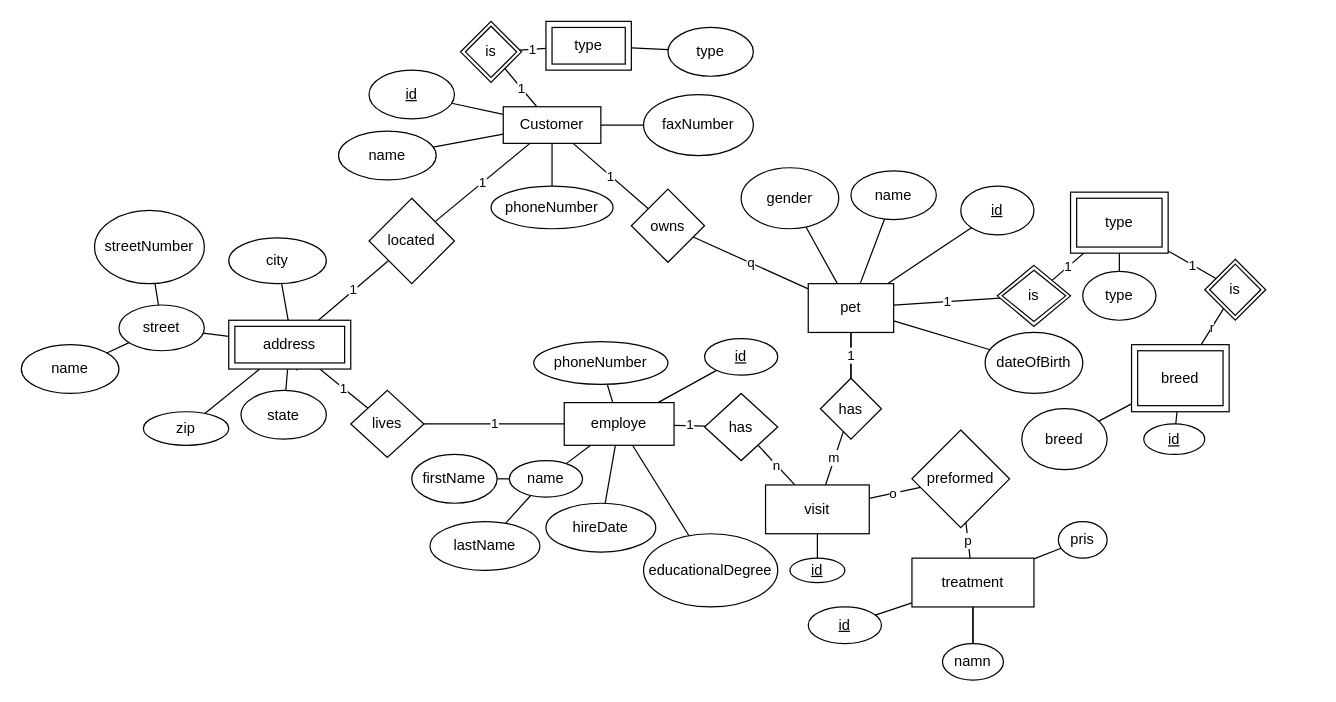
Above: webbutveckling/Databaser/Moment2/Untitled Diagram.drawio in EliasEriksson/miun (draw.io), before the change. Source tidied: cells renumbered, new cells numbered last; positions are measured from the earlier drawing's top-left corner, leaving out a move shared by most shapes. Both pictures are drawn from the tidied source at 122%, with x=0, y=0 at pixel (21, 21).
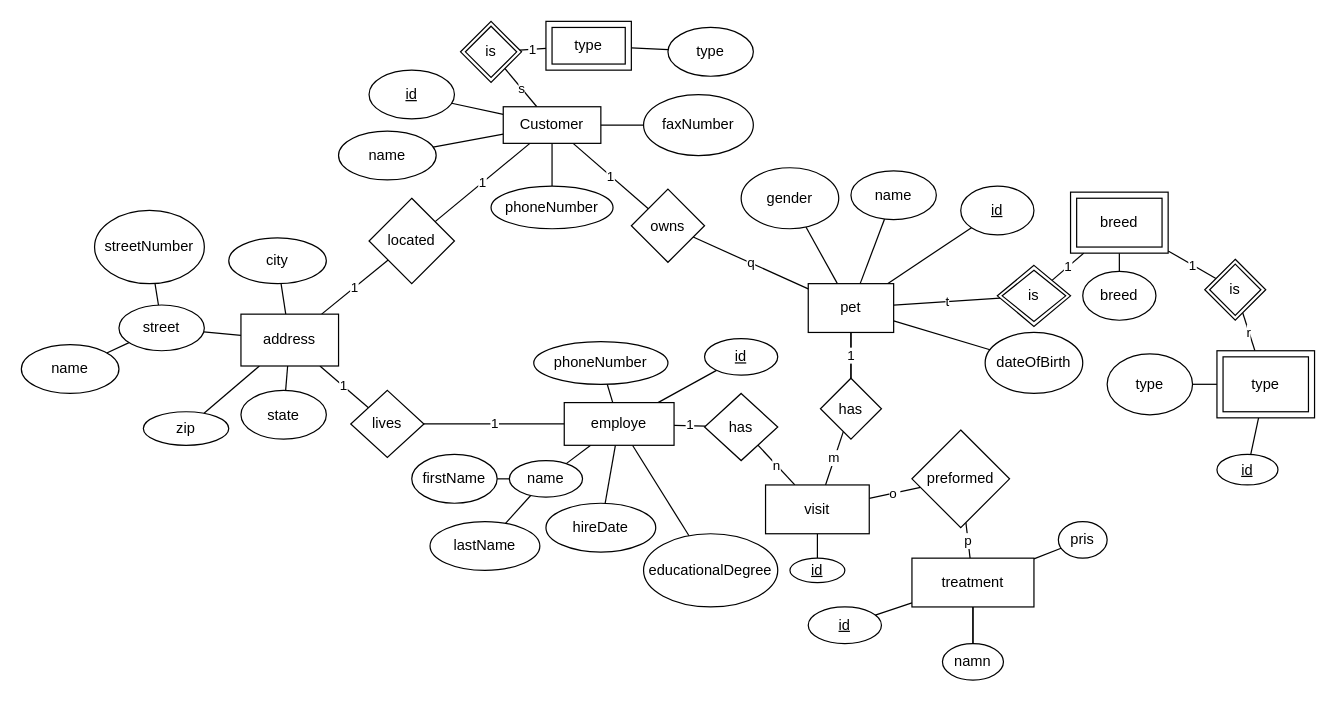
Above is the later version.

The change refers to these unchanged cells:
```xml
<mxCell id="7" value="Customer" style="rounded=0;whiteSpace=wrap;html=1;" parent="1" vertex="1">
  <mxGeometry x="395" y="70" width="80" height="30" as="geometry" />
</mxCell>
<mxCell id="14" value="pet" style="rounded=0;whiteSpace=wrap;html=1;" parent="1" vertex="1">
  <mxGeometry x="645" y="215" width="70" height="40" as="geometry" />
</mxCell>
<mxCell id="27" value="is" style="shape=rhombus;double=1;perimeter=rhombusPerimeter;whiteSpace=wrap;html=1;align=center;" parent="1" vertex="1">
  <mxGeometry x="800" y="200" width="60" height="50" as="geometry" />
</mxCell>
<mxCell id="31" value="is" style="shape=rhombus;double=1;perimeter=rhombusPerimeter;whiteSpace=wrap;html=1;align=center;" parent="1" vertex="1">
  <mxGeometry x="360" width="50" height="50" as="geometry" />
</mxCell>
<mxCell id="59" value="city" style="ellipse;whiteSpace=wrap;html=1;rounded=0;" parent="1" vertex="1">
  <mxGeometry x="170" y="177.5" width="80" height="37.5" as="geometry" />
</mxCell>
```

Change to the diagram source:
```diff
@@
-    <mxCell id="4" value="1" style="edgeStyle=none;jettySize=auto;html=1;endArrow=none;" parent="1" edge="1" source="7" target="31">
+    <mxCell id="4" value="s" style="edgeStyle=none;jettySize=auto;html=1;endArrow=none;" parent="1" edge="1" source="7" target="31">
       <mxGeometry relative="1" as="geometry" />
     </mxCell>
@@
-    <mxCell id="10" value="1" style="edgeStyle=none;jettySize=auto;html=1;endArrow=none;" parent="1" edge="1" source="14" target="27">
+    <mxCell id="10" value="t" style="edgeStyle=none;jettySize=auto;html=1;endArrow=none;" parent="1" edge="1" source="14" target="27">
       <mxGeometry relative="1" as="geometry" />
     </mxCell>
@@
-    <mxCell id="21" value="type" style="shape=ext;margin=3;double=1;whiteSpace=wrap;html=1;align=center;" parent="1" vertex="1">
+    <mxCell id="21" value="breed" style="shape=ext;margin=3;double=1;whiteSpace=wrap;html=1;align=center;" parent="1" vertex="1">
       <mxGeometry x="860" y="140" width="80" height="50" as="geometry" />
     </mxCell>
@@
-    <mxCell id="25" value="breed" style="shape=ext;margin=3;double=1;whiteSpace=wrap;html=1;align=center;" parent="1" vertex="1">
-      <mxGeometry x="910" y="265" width="80" height="55" as="geometry" />
+    <mxCell id="25" value="type" style="shape=ext;margin=3;double=1;whiteSpace=wrap;html=1;align=center;" parent="1" vertex="1">
+      <mxGeometry x="980" y="270" width="80" height="55" as="geometry" />
     </mxCell>
@@
-    <mxCell id="29" value="type" style="ellipse;whiteSpace=wrap;html=1;" parent="1" vertex="1">
+    <mxCell id="29" value="breed" style="ellipse;whiteSpace=wrap;html=1;" parent="1" vertex="1">
       <mxGeometry x="870" y="205" width="60" height="40" as="geometry" />
     </mxCell>
-    <mxCell id="30" value="breed" style="ellipse;whiteSpace=wrap;html=1;" parent="1" vertex="1">
-      <mxGeometry x="820" y="317.5" width="70" height="50" as="geometry" />
+    <mxCell id="30" value="type" style="ellipse;whiteSpace=wrap;html=1;" parent="1" vertex="1">
+      <mxGeometry x="890" y="272.5" width="70" height="50" as="geometry" />
     </mxCell>
@@
-    <mxCell id="39" style="edgeStyle=none;jettySize=auto;html=1;endArrow=none;exitX=0.56;exitY=1.025;exitDx=0;exitDy=0;exitPerimeter=0;" parent="1" edge="1" source="94" target="59">
+    <mxCell id="39" style="edgeStyle=none;jettySize=auto;html=1;endArrow=none;" parent="1" edge="1" source="94" target="59">
       <mxGeometry relative="1" as="geometry" />
     </mxCell>
@@
-    <mxCell id="94" value="address" style="shape=ext;margin=3;double=1;whiteSpace=wrap;html=1;align=center;" parent="1" vertex="1">
-      <mxGeometry x="170" y="245" width="100" height="40" as="geometry" />
-    </mxCell>
@@
     <mxCell id="96" value="&lt;u&gt;id&lt;/u&gt;" style="ellipse;whiteSpace=wrap;html=1;" parent="1" vertex="1">
-      <mxGeometry x="920" y="330" width="50" height="25" as="geometry" />
+      <mxGeometry x="980" y="355" width="50" height="25" as="geometry" />
     </mxCell>
@@
+    <mxCell id="94" value="address" style="rounded=0;whiteSpace=wrap;html=1;" parent="1" vertex="1">
+      <mxGeometry x="180" y="240" width="80" height="42.5" as="geometry" />
+    </mxCell>
```
